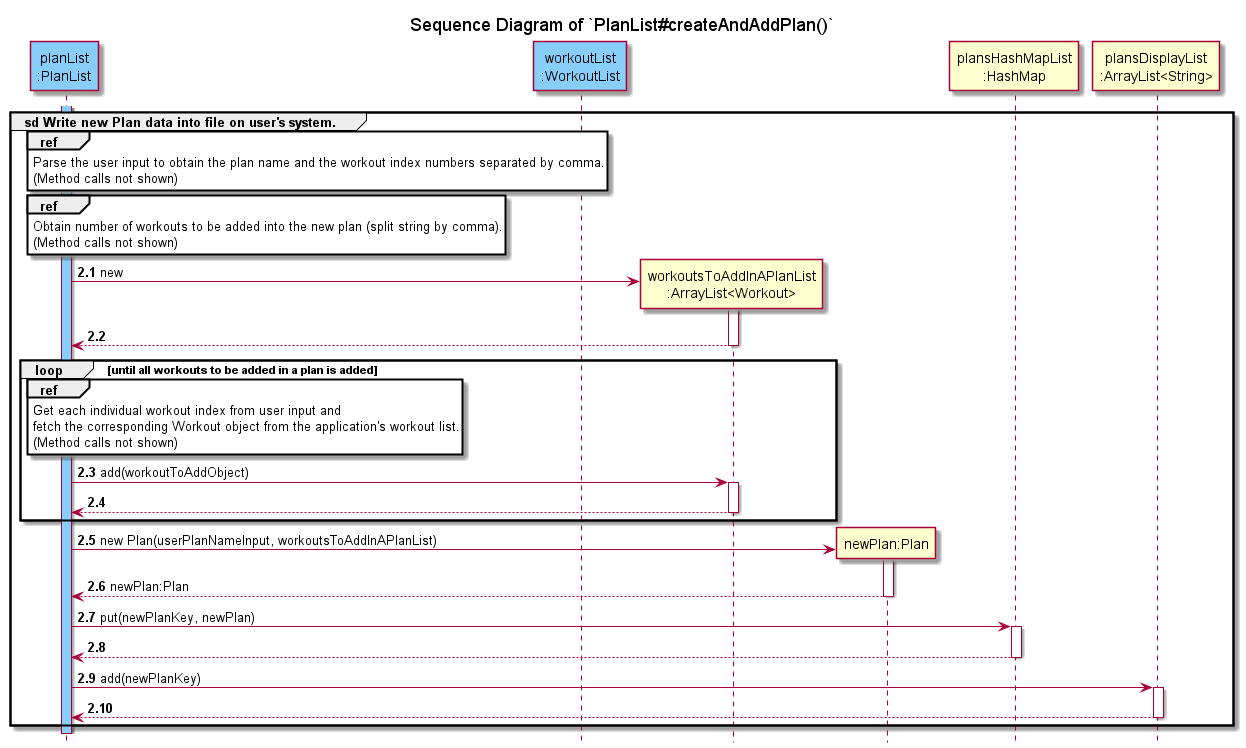
Before: docs/uml/sequenceDiagrams/plans/images/createPlan-Part2.png, a diagram exported from PlantUML (nus-cs2113-AY2122S2/tp).
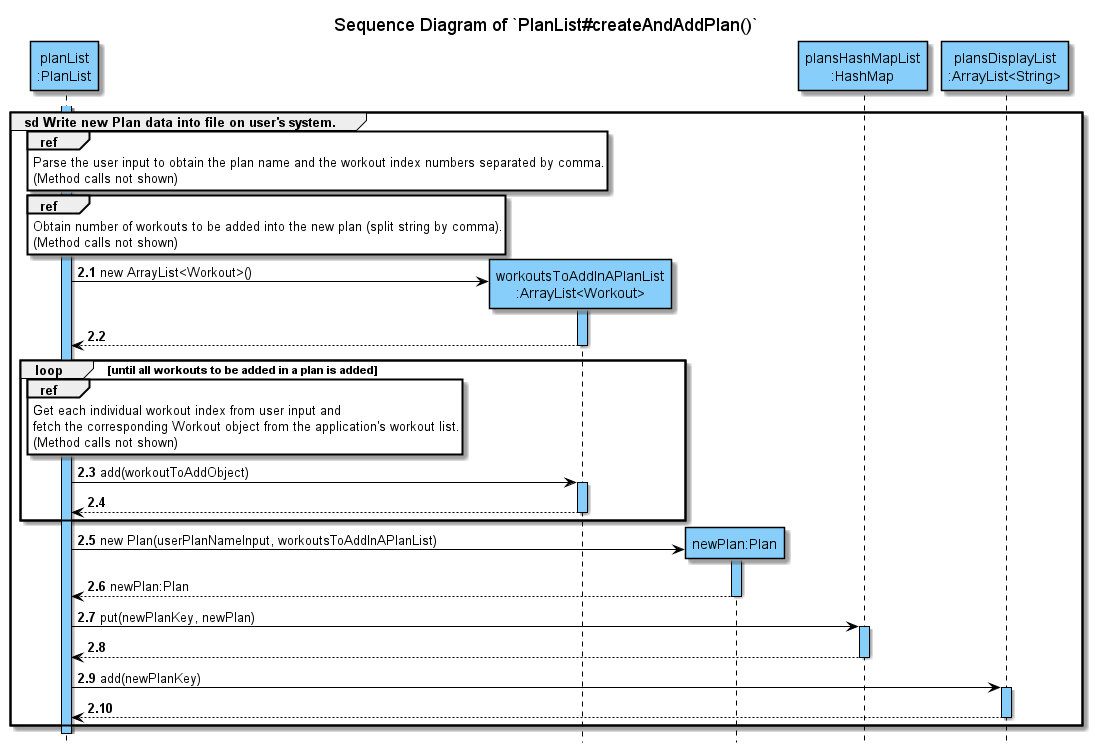
The same diagram one commit later.

Commit message:
Add colours for create plan

Change to the diagram source:
```diff
@@ -6,10 +6,9 @@
 title Sequence Diagram of `PlanList#createAndAddPlan()`
 hide footbox
 
-participant "planList\n:PlanList" AS pl #LightSkyBlue
-participant "workoutList\n:WorkoutList" AS wl #LightSkyBlue
+participant "planList\n:PlanList" AS pl COLOR_LOGIC
 
-activate pl #LightSkyBlue
+activate pl COLOR_LOGIC
 group sd Write new Plan data into file on user's system.
 
 ref over pl
@@ -22,9 +21,9 @@
 (Method calls not shown)
 end
 
-create "workoutsToAddInAPlanList\n:ArrayList<Workout>" AS wtoadd
-pl -> wtoadd : new
-activate wtoadd
+create "workoutsToAddInAPlanList\n:ArrayList<Workout>" AS wtoadd COLOR_LOGIC
+pl -> wtoadd : new ArrayList<Workout>()
+activate wtoadd COLOR_LOGIC
 return
 
 loop until all workouts to be added in a plan is added
@@ -36,21 +35,23 @@
 end
 
 pl -> wtoadd : add(workoutToAddObject)
-activate wtoadd
+activate wtoadd COLOR_LOGIC
 return
 end
 
-create "newPlan:Plan" AS newPlan
+create "newPlan:Plan" AS newPlan COLOR_LOGIC
 pl -> newPlan : new Plan(userPlanNameInput, workoutsToAddInAPlanList)
-activate newPlan
+activate newPlan COLOR_LOGIC
 return newPlan:Plan
 
-pl -> "plansHashMapList\n:HashMap" : put(newPlanKey, newPlan)
-activate "plansHashMapList\n:HashMap"
+participant "plansHashMapList\n:HashMap" COLOR_LOGIC
+pl -> "plansHashMapList\n:HashMap"   : put(newPlanKey, newPlan)
+activate "plansHashMapList\n:HashMap" COLOR_LOGIC
 return
 
+participant "plansDisplayList\n:ArrayList<String>" COLOR_LOGIC
 pl -> "plansDisplayList\n:ArrayList<String>" : add(newPlanKey)
-activate "plansDisplayList\n:ArrayList<String>"
+activate "plansDisplayList\n:ArrayList<String>" COLOR_LOGIC
 return
 
 end
```
